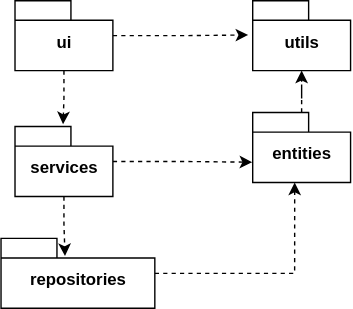
Earlier version of the draw.io export dokumentaatio/kuvat/package_diagram.svg (yuzamonkey/ot-harjoitustyo). Source tidied: cells renumbered, new cells last; positions are measured from the earlier drawing's top-left corner, leaving out a move shared by most shapes. Source of this version:
```xml
<mxGraphModel background="#ffffff">
  <root>
    <mxCell id="0" />
    <mxCell id="1" parent="0" />
    <mxCell id="2" style="edgeStyle=orthogonalEdgeStyle;rounded=0;jettySize=auto;html=1;entryX=0.491;entryY=-0.033;entryDx=0;entryDy=0;entryPerimeter=0;dashed=1;" parent="1" edge="1" source="4" target="7">
      <mxGeometry relative="1" as="geometry" />
    </mxCell>
    <mxCell id="3" style="edgeStyle=orthogonalEdgeStyle;rounded=0;jettySize=auto;html=1;dashed=1;entryX=-0.046;entryY=0.49;entryDx=0;entryDy=0;entryPerimeter=0;" parent="1" edge="1" source="4" target="12">
      <mxGeometry relative="1" as="geometry" />
    </mxCell>
    <mxCell id="4" value="ui" style="shape=folder;fontStyle=1;spacingTop=10;tabWidth=40;tabHeight=14;tabPosition=left;html=1;" parent="1" vertex="1">
      <mxGeometry x="10" width="70" height="50" as="geometry" />
    </mxCell>
    <mxCell id="5" style="edgeStyle=orthogonalEdgeStyle;rounded=0;jettySize=auto;html=1;entryX=0.416;entryY=0.252;entryDx=0;entryDy=0;entryPerimeter=0;dashed=1;" parent="1" edge="1" source="7" target="11">
      <mxGeometry relative="1" as="geometry" />
    </mxCell>
    <mxCell id="6" style="edgeStyle=orthogonalEdgeStyle;rounded=0;jettySize=auto;html=1;entryX=-0.005;entryY=0.71;entryDx=0;entryDy=0;entryPerimeter=0;dashed=1;" parent="1" edge="1" source="7" target="9">
      <mxGeometry relative="1" as="geometry" />
    </mxCell>
    <mxCell id="7" value="services" style="shape=folder;fontStyle=1;spacingTop=10;tabWidth=40;tabHeight=14;tabPosition=left;html=1;" parent="1" vertex="1">
      <mxGeometry x="10" y="90" width="70" height="50" as="geometry" />
    </mxCell>
    <mxCell id="8" style="edgeStyle=orthogonalEdgeStyle;rounded=0;jettySize=auto;html=1;entryX=0.5;entryY=1;entryDx=0;entryDy=0;entryPerimeter=0;dashed=1;" parent="1" edge="1" source="9" target="12">
      <mxGeometry relative="1" as="geometry" />
    </mxCell>
    <mxCell id="9" value="entities" style="shape=folder;fontStyle=1;spacingTop=10;tabWidth=40;tabHeight=14;tabPosition=left;html=1;" parent="1" vertex="1">
      <mxGeometry x="180" y="80" width="70" height="50" as="geometry" />
    </mxCell>
    <mxCell id="10" style="edgeStyle=orthogonalEdgeStyle;rounded=0;jettySize=auto;html=1;entryX=0.429;entryY=1;entryDx=0;entryDy=0;entryPerimeter=0;dashed=1;" parent="1" edge="1" source="11" target="9">
      <mxGeometry relative="1" as="geometry" />
    </mxCell>
    <mxCell id="11" value="repositories" style="shape=folder;fontStyle=1;spacingTop=10;tabWidth=40;tabHeight=14;tabPosition=left;html=1;" parent="1" vertex="1">
      <mxGeometry y="170" width="110" height="50" as="geometry" />
    </mxCell>
    <mxCell id="12" value="utils" style="shape=folder;fontStyle=1;spacingTop=10;tabWidth=40;tabHeight=14;tabPosition=left;html=1;" parent="1" vertex="1">
      <mxGeometry x="180" width="70" height="50" as="geometry" />
    </mxCell>
  </root>
</mxGraphModel>
```
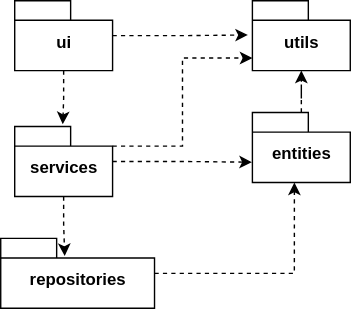
The same file after the commit.

The edit, as a diff of the source:
```diff
@@ -17,6 +17,9 @@
     <mxCell id="6" style="edgeStyle=orthogonalEdgeStyle;rounded=0;jettySize=auto;html=1;entryX=-0.005;entryY=0.71;entryDx=0;entryDy=0;entryPerimeter=0;dashed=1;" parent="1" edge="1" source="7" target="9">
       <mxGeometry relative="1" as="geometry" />
     </mxCell>
+    <mxCell id="13" style="edgeStyle=orthogonalEdgeStyle;rounded=0;jettySize=auto;html=1;exitX=0;exitY=0;exitDx=70;exitDy=14;exitPerimeter=0;entryX=0;entryY=0;entryDx=0;entryDy=41;entryPerimeter=0;dashed=1;" parent="1" edge="1" source="7" target="12">
+      <mxGeometry relative="1" as="geometry" />
+    </mxCell>
     <mxCell id="7" value="services" style="shape=folder;fontStyle=1;spacingTop=10;tabWidth=40;tabHeight=14;tabPosition=left;html=1;" parent="1" vertex="1">
       <mxGeometry x="10" y="90" width="70" height="50" as="geometry" />
     </mxCell>
```
